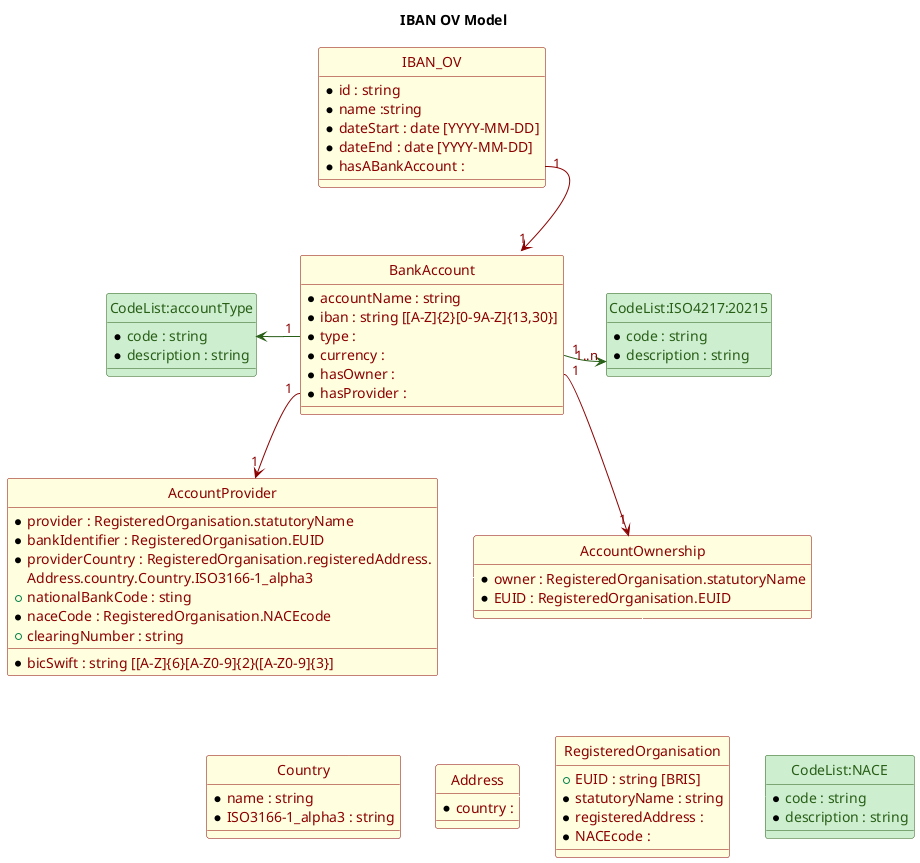
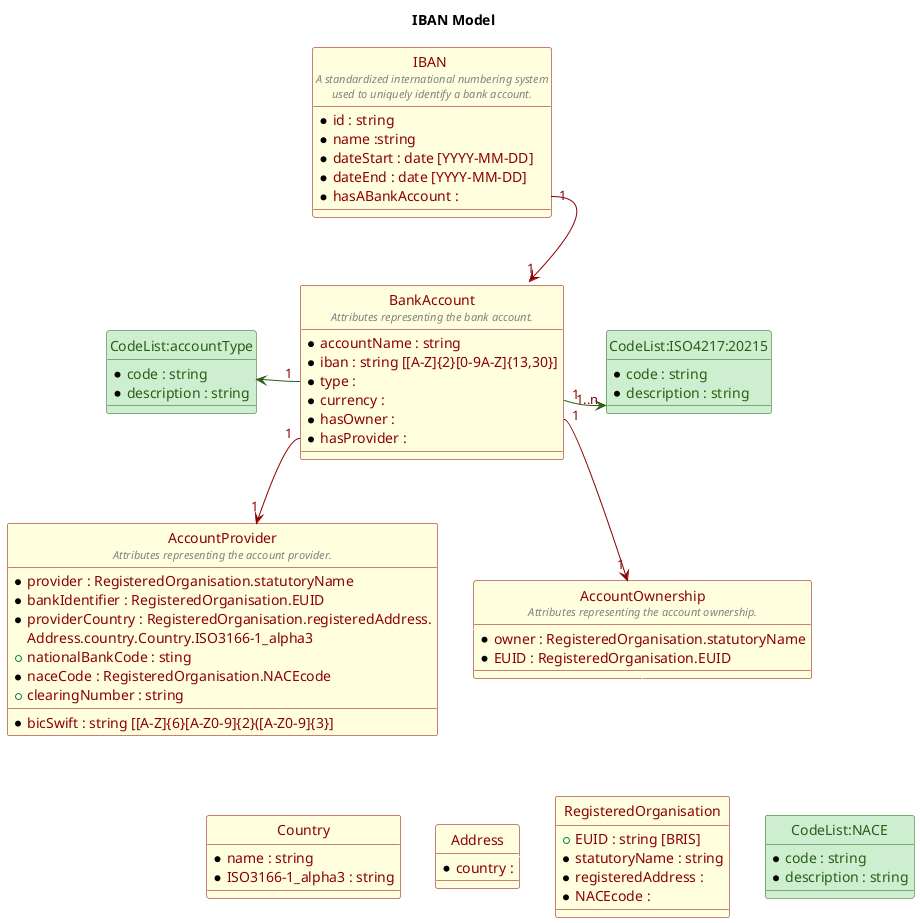
@startuml
- title IBAN OV Model
+ title IBAN Model

- class IBAN_OV {
+ class "IBAN \n<size:11><color:gray><i>A standardized international numbering system\n<size:11><color:gray><i>used to uniquely identify a bank account.</i></color></size>" as IBAN {
 *id : string
 *name :string
 *dateStart : date [YYYY-MM-DD]
 *dateEnd : date [YYYY-MM-DD]
 *hasABankAccount :
}

- class BankAccount {
-  *accountName : string
-  *iban : string [[A-Z]{2}[0-9A-Z]{13,30}]
-  *type :
-  *currency :
-  *hasOwner :
-  *hasProvider :
+ class "BankAccount\n<size:11><color:gray><i>Attributes representing the bank account.</i></color></size>" as BankAccount {
+   *accountName : string
+   *iban : string [[A-Z]{2}[0-9A-Z]{13,30}]
+   *type :
+   *currency :
+   *hasOwner :
+   *hasProvider :
}

- class AccountOwnership {
+ class "AccountOwnership\n<size:11><color:gray><i>Attributes representing the account ownership.</i></color></size>" as AccountOwnership {
 *owner : RegisteredOrganisation.statutoryName
 *EUID : RegisteredOrganisation.EUID
}

- class AccountProvider {
+ class "AccountProvider\n<size:11><color:gray><i>Attributes representing the account provider.</i></color></size>" as AccountProvider {
 *provider : RegisteredOrganisation.statutoryName
 *bankIdentifier : RegisteredOrganisation.EUID
 *providerCountry : RegisteredOrganisation.registeredAddress.
 Address.country.Country.ISO3166-1_alpha3
 *bicSwift : string [[A-Z]{6}[A-Z0-9]{2}([A-Z0-9]{3}]
 +nationalBankCode : sting
 *naceCode : RegisteredOrganisation.NACEcode
 +clearingNumber : string
}

class RegisteredOrganisation {
 +EUID : string [BRIS]
 *statutoryName : string
 *registeredAddress :
 *NACEcode :
}

class Address {
 *country :
}

class Country {
 *name : string
 *ISO3166-1_alpha3 : string
}

class CodeList:NACE
{
 *code : string
 *description : string
}

class CodeList:accountType
{
 *code : string
 *description : string
}

class CodeList:ISO4217:20215
{
 *code : string
 *description : string
}

- IBAN_OV::hasABankAccount "1" -down-> "1" BankAccount #line:DarkRed;text:DarkRed
+ IBAN::hasABankAccount "1" -down-> "1" BankAccount #line:DarkRed;text:DarkRed
BankAccount::type "1" -left-> "CodeList:accountType" #line:285F17;text:DarkRed
BankAccount::currency "1" -right-> "1..n" "CodeList:ISO4217:20215" #line:285F17;text:DarkRed
BankAccount::hasOwner "1" -down-> "1" AccountOwnership #line:DarkRed;text:DarkRed
BankAccount::hasProvider "1" -down-> "1" AccountProvider #line:DarkRed;text:DarkRed

AccountOwnership -down- RegisteredOrganisation #line:White
RegisteredOrganisation -left-> Address #line:White
RegisteredOrganisation -left-> Country #line:White
RegisteredOrganisation -right-> "CodeList:NACE" #line:White
AccountOwnership -left- AccountProvider #line:White

- class IBAN_OV #LightYellow;line:DarkRed;text:DarkRed
+ class IBAN #LightYellow;line:DarkRed;text:DarkRed
class BankAccount #LightYellow;line:DarkRed;text:DarkRed
class AccountProvider #LightYellow;line:DarkRed;text:DarkRed
class AccountOwnership #LightYellow;line:DarkRed;text:DarkRed
class RegisteredOrganisation #LightYellow;line:DarkRed;text:DarkRed
class Address #LightYellow;line:DarkRed;text:DarkRed
class Country #LightYellow;line:DarkRed;text:DarkRed
class "CodeList:NACE" #CEEED0;line:285F17;text:285F17
class "CodeList:accountType" #CEEED0;line:285F17;text:285F17
class "CodeList:ISO4217:20215" #CEEED0;line:285F17;text:285F17
hide circle

@enduml
